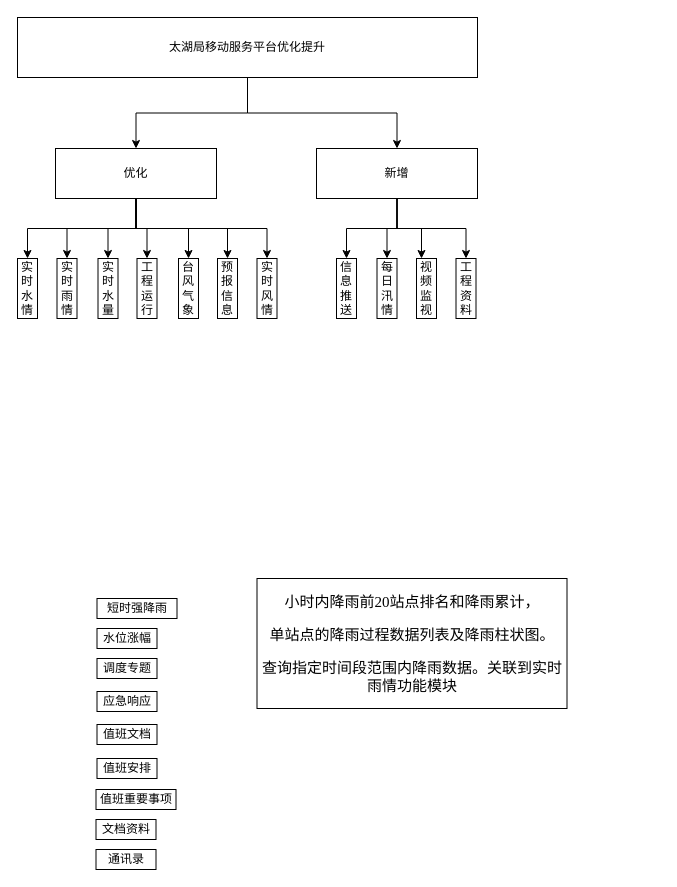
The draw.io diagram APP_NEW_new.drawio in marx8559/wavenet, before the edit. Source tidied: cells renumbered, new cells numbered last; positions are measured from the earlier drawing's top-left corner, leaving out a move shared by most shapes. Both pictures are drawn from the tidied source at 100%, with x=0, y=0 at pixel (17, 17).
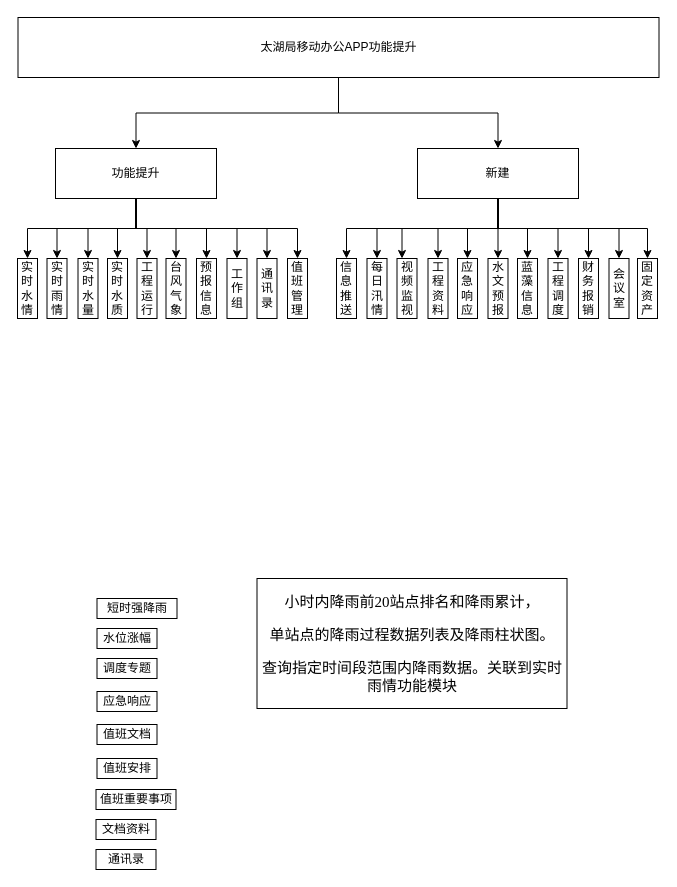
The same page after the edit.

The change refers to these unchanged cells:
```xml
<mxCell id="19" value="信息推送" style="rounded=0;whiteSpace=wrap;html=1;" parent="1" vertex="1">
  <mxGeometry x="319" y="241" width="20" height="60" as="geometry" />
</mxCell>
```

Diff of the diagram source:
```diff
@@
     <mxCell id="7" style="edgeStyle=orthogonalEdgeStyle;rounded=0;jettySize=auto;html=1;entryX=0.5;entryY=0;entryDx=0;entryDy=0;" parent="1" edge="1" source="9" target="18">
       <mxGeometry relative="1" as="geometry">
         <Array as="points">
           <mxPoint x="119" y="211" />
-          <mxPoint x="210" y="211" />
+          <mxPoint x="189" y="211" />
         </Array>
       </mxGeometry>
     </mxCell>
+    <mxCell id="39" style="edgeStyle=orthogonalEdgeStyle;rounded=0;jettySize=auto;html=1;entryX=0.5;entryY=0;entryDx=0;entryDy=0;" parent="1" edge="1" source="9" target="51">
+      <mxGeometry relative="1" as="geometry">
+        <Array as="points">
+          <mxPoint x="119" y="211" />
+          <mxPoint x="280" y="211" />
+        </Array>
+      </mxGeometry>
+    </mxCell>
+    <mxCell id="40" style="edgeStyle=orthogonalEdgeStyle;rounded=0;jettySize=auto;html=1;" parent="1" edge="1" source="9" target="50">
+      <mxGeometry relative="1" as="geometry">
+        <Array as="points">
+          <mxPoint x="118.5" y="211" />
+          <mxPoint x="219.5" y="211" />
+        </Array>
+      </mxGeometry>
+    </mxCell>
     <mxCell id="8" style="edgeStyle=orthogonalEdgeStyle;rounded=0;jettySize=auto;html=1;entryX=0.5;entryY=0;entryDx=0;entryDy=0;" parent="1" edge="1" source="9" target="38">
       <mxGeometry relative="1" as="geometry">
         <Array as="points">
-          <mxPoint x="119" y="211" />
-          <mxPoint x="250" y="211" />
+          <mxPoint x="118.5" y="211" />
+          <mxPoint x="249.5" y="211" />
         </Array>
       </mxGeometry>
     </mxCell>
+    <mxCell id="41" style="edgeStyle=orthogonalEdgeStyle;rounded=0;jettySize=auto;html=1;entryX=0.5;entryY=0;entryDx=0;entryDy=0;" parent="1" edge="1" source="9" target="49">
+      <mxGeometry relative="1" as="geometry" />
+    </mxCell>
-    <mxCell id="9" value="优化" style="rounded=0;whiteSpace=wrap;html=1;" parent="1" vertex="1">
+    <mxCell id="9" value="功能提升" style="rounded=0;whiteSpace=wrap;html=1;" parent="1" vertex="1">
       <mxGeometry x="38" y="131" width="161" height="50" as="geometry" />
     </mxCell>
     <mxCell id="10" value="工程资料" style="rounded=0;whiteSpace=wrap;html=1;" parent="1" vertex="1">
-      <mxGeometry x="438.5" y="241" width="20" height="60" as="geometry" />
+      <mxGeometry x="410.5" y="241" width="20" height="60" as="geometry" />
     </mxCell>
     <mxCell id="11" value="视频监视" style="rounded=0;whiteSpace=wrap;html=1;" parent="1" vertex="1">
-      <mxGeometry x="399" y="241" width="20" height="60" as="geometry" />
+      <mxGeometry x="379.5" y="241" width="20" height="60" as="geometry" />
     </mxCell>
     <mxCell id="12" value="每日汛情" style="rounded=0;whiteSpace=wrap;html=1;" parent="1" vertex="1">
-      <mxGeometry x="359.5" y="241" width="20" height="60" as="geometry" />
+      <mxGeometry x="349.5" y="241" width="20" height="60" as="geometry" />
     </mxCell>
     <mxCell id="13" value="实时水量" style="rounded=0;whiteSpace=wrap;html=1;" parent="1" vertex="1">
-      <mxGeometry x="80.5" y="241" width="20" height="60" as="geometry" />
+      <mxGeometry x="60.5" y="241" width="20" height="60" as="geometry" />
     </mxCell>
@@
     <mxCell id="15" value="实时雨情" style="rounded=0;whiteSpace=wrap;html=1;" parent="1" vertex="1">
-      <mxGeometry x="39.5" y="241" width="20" height="60" as="geometry" />
+      <mxGeometry x="29.5" y="241" width="20" height="60" as="geometry" />
     </mxCell>
@@
     <mxCell id="17" value="台风气象" style="rounded=0;whiteSpace=wrap;html=1;" parent="1" vertex="1">
-      <mxGeometry x="161" y="241" width="20" height="60" as="geometry" />
+      <mxGeometry x="148.5" y="241" width="20" height="60" as="geometry" />
     </mxCell>
     <mxCell id="18" value="预报信息" style="rounded=0;whiteSpace=wrap;html=1;" parent="1" vertex="1">
-      <mxGeometry x="200" y="241" width="20" height="60" as="geometry" />
+      <mxGeometry x="179" y="241" width="20" height="60" as="geometry" />
     </mxCell>
@@
-    <mxCell id="32" value="太湖局移动服务平台优化提升" style="rounded=0;whiteSpace=wrap;html=1;" parent="1" vertex="1">
-      <mxGeometry width="460" height="60" as="geometry" />
+    <mxCell id="32" value="太湖局移动办公APP功能提升" style="rounded=0;whiteSpace=wrap;html=1;" parent="1" vertex="1">
+      <mxGeometry x="0.5" width="641" height="60" as="geometry" />
     </mxCell>
     <mxCell id="33" style="edgeStyle=orthogonalEdgeStyle;rounded=0;jettySize=auto;html=1;entryX=0.5;entryY=0;entryDx=0;entryDy=0;" parent="1" edge="1" source="37" target="19">
-      <mxGeometry relative="1" as="geometry" />
+      <mxGeometry relative="1" as="geometry">
+        <Array as="points">
+          <mxPoint x="480.5" y="211" />
+          <mxPoint x="329.5" y="211" />
+        </Array>
+      </mxGeometry>
     </mxCell>
     <mxCell id="34" style="edgeStyle=orthogonalEdgeStyle;rounded=0;jettySize=auto;html=1;entryX=0.5;entryY=0;entryDx=0;entryDy=0;" parent="1" edge="1" source="37" target="12">
-      <mxGeometry relative="1" as="geometry" />
+      <mxGeometry relative="1" as="geometry">
+        <Array as="points">
+          <mxPoint x="480.5" y="211" />
+          <mxPoint x="359.5" y="211" />
+        </Array>
+      </mxGeometry>
     </mxCell>
     <mxCell id="35" style="edgeStyle=orthogonalEdgeStyle;rounded=0;jettySize=auto;html=1;entryX=0.25;entryY=0;entryDx=0;entryDy=0;" parent="1" edge="1" source="37" target="11">
-      <mxGeometry relative="1" as="geometry" />
+      <mxGeometry relative="1" as="geometry">
+        <Array as="points">
+          <mxPoint x="480.5" y="211" />
+          <mxPoint x="384.5" y="211" />
+        </Array>
+      </mxGeometry>
     </mxCell>
@@
+    <mxCell id="42" style="edgeStyle=orthogonalEdgeStyle;rounded=0;jettySize=auto;html=1;entryX=0.5;entryY=0;entryDx=0;entryDy=0;" parent="1" edge="1" source="37" target="52">
+      <mxGeometry relative="1" as="geometry" />
+    </mxCell>
+    <mxCell id="43" style="edgeStyle=orthogonalEdgeStyle;rounded=0;jettySize=auto;html=1;" parent="1" edge="1" source="37" target="56">
+      <mxGeometry relative="1" as="geometry" />
+    </mxCell>
+    <mxCell id="44" style="edgeStyle=orthogonalEdgeStyle;rounded=0;jettySize=auto;html=1;entryX=0.5;entryY=0;entryDx=0;entryDy=0;" parent="1" edge="1" source="37" target="55">
+      <mxGeometry relative="1" as="geometry" />
+    </mxCell>
+    <mxCell id="45" style="edgeStyle=orthogonalEdgeStyle;rounded=0;jettySize=auto;html=1;entryX=0.5;entryY=0;entryDx=0;entryDy=0;" parent="1" edge="1" source="37" target="54">
+      <mxGeometry relative="1" as="geometry" />
+    </mxCell>
+    <mxCell id="46" style="edgeStyle=orthogonalEdgeStyle;rounded=0;jettySize=auto;html=1;entryX=0.5;entryY=0;entryDx=0;entryDy=0;" parent="1" edge="1" source="37" target="53">
+      <mxGeometry relative="1" as="geometry" />
+    </mxCell>
+    <mxCell id="47" style="edgeStyle=orthogonalEdgeStyle;rounded=0;jettySize=auto;html=1;entryX=0.5;entryY=0;entryDx=0;entryDy=0;" parent="1" edge="1" source="37" target="58">
+      <mxGeometry relative="1" as="geometry">
+        <Array as="points">
+          <mxPoint x="480.5" y="211" />
+          <mxPoint x="601.5" y="211" />
+        </Array>
+      </mxGeometry>
+    </mxCell>
+    <mxCell id="48" style="edgeStyle=orthogonalEdgeStyle;rounded=0;jettySize=auto;html=1;entryX=0.5;entryY=0;entryDx=0;entryDy=0;" parent="1" edge="1" source="37" target="57">
+      <mxGeometry relative="1" as="geometry">
+        <Array as="points">
+          <mxPoint x="480.5" y="211" />
+          <mxPoint x="630.5" y="211" />
+        </Array>
+      </mxGeometry>
+    </mxCell>
-    <mxCell id="37" value="新增" style="rounded=0;whiteSpace=wrap;html=1;" parent="1" vertex="1">
-      <mxGeometry x="299" y="131" width="161" height="50" as="geometry" />
+    <mxCell id="37" value="新建" style="rounded=0;whiteSpace=wrap;html=1;" parent="1" vertex="1">
+      <mxGeometry x="400" y="131" width="161" height="50" as="geometry" />
     </mxCell>
-    <mxCell id="38" value="实时风情" style="rounded=0;whiteSpace=wrap;html=1;" parent="1" vertex="1">
+    <mxCell id="38" value="通讯录" style="rounded=0;whiteSpace=wrap;html=1;" parent="1" vertex="1">
       <mxGeometry x="239.5" y="241" width="20" height="60" as="geometry" />
     </mxCell>
+    <mxCell id="49" value="实时水质" style="rounded=0;whiteSpace=wrap;html=1;" parent="1" vertex="1">
+      <mxGeometry x="90" y="241" width="20" height="60" as="geometry" />
+    </mxCell>
+    <mxCell id="50" value="工作组" style="rounded=0;whiteSpace=wrap;html=1;" parent="1" vertex="1">
+      <mxGeometry x="209.5" y="241" width="20" height="60" as="geometry" />
+    </mxCell>
+    <mxCell id="51" value="值班管理" style="rounded=0;whiteSpace=wrap;html=1;" parent="1" vertex="1">
+      <mxGeometry x="270" y="241" width="20" height="60" as="geometry" />
+    </mxCell>
+    <mxCell id="52" value="应急响应" style="rounded=0;whiteSpace=wrap;html=1;" parent="1" vertex="1">
+      <mxGeometry x="440" y="241" width="20" height="60" as="geometry" />
+    </mxCell>
+    <mxCell id="53" value="财务报销" style="rounded=0;whiteSpace=wrap;html=1;" parent="1" vertex="1">
+      <mxGeometry x="561" y="241" width="20" height="60" as="geometry" />
+    </mxCell>
+    <mxCell id="54" value="工程调度" style="rounded=0;whiteSpace=wrap;html=1;" parent="1" vertex="1">
+      <mxGeometry x="530.5" y="241" width="20" height="60" as="geometry" />
+    </mxCell>
+    <mxCell id="55" value="蓝藻信息" style="rounded=0;whiteSpace=wrap;html=1;" parent="1" vertex="1">
+      <mxGeometry x="500" y="241" width="20" height="60" as="geometry" />
+    </mxCell>
+    <mxCell id="56" value="水文预报" style="rounded=0;whiteSpace=wrap;html=1;" parent="1" vertex="1">
+      <mxGeometry x="470.5" y="241" width="20" height="60" as="geometry" />
+    </mxCell>
+    <mxCell id="57" value="固定资产" style="rounded=0;whiteSpace=wrap;html=1;" parent="1" vertex="1">
+      <mxGeometry x="620" y="241" width="20" height="60" as="geometry" />
+    </mxCell>
+    <mxCell id="58" value="会议室" style="rounded=0;whiteSpace=wrap;html=1;" parent="1" vertex="1">
+      <mxGeometry x="591.5" y="241" width="20" height="60" as="geometry" />
+    </mxCell>
```
